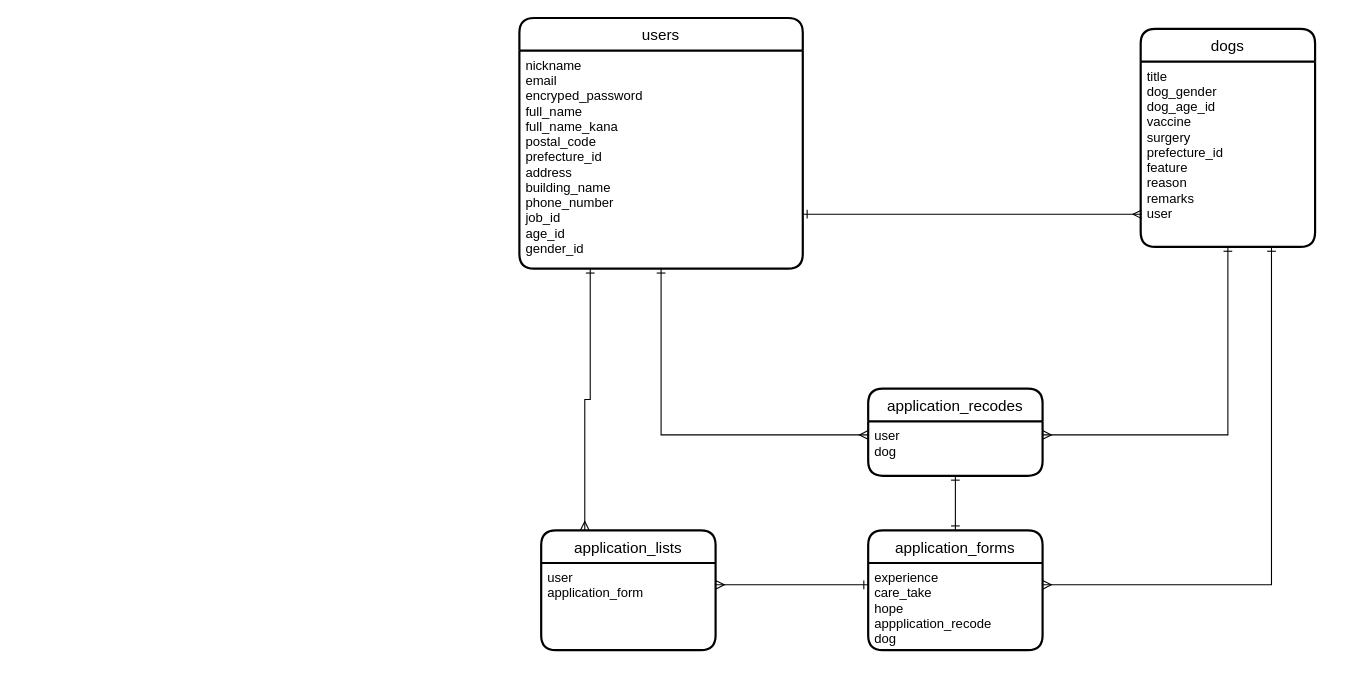
be-chan/dogs-home keeps this draw.io diagram as dog_home.dio. Above is the earlier version. Source tidied: cells renumbered, new cells numbered last; positions are measured from the earlier drawing's top-left corner, leaving out a move shared by most shapes. Both pictures are drawn from the tidied source at 109%, with x=0, y=0 at pixel (519, 17).
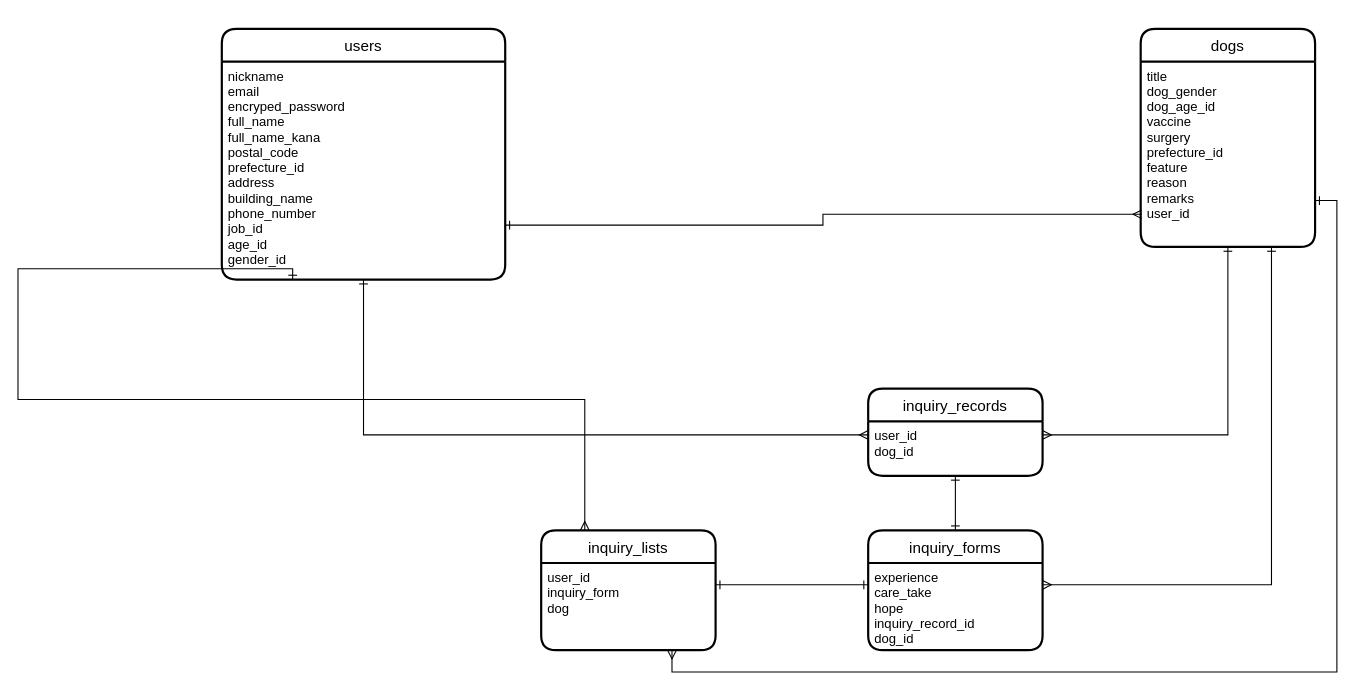
Above is the later version.

The change refers to these unchanged cells:
```xml
<mxCell id="3" value="nickname&#10;email&#10;encryped_password&#10;full_name&#10;full_name_kana&#10;postal_code&#10;prefecture_id&#10;address&#10;building_name&#10;phone_number&#10;job_id&#10;age_id&#10;gender_id&#10;" style="align=left;strokeColor=none;fillColor=none;spacingLeft=4;fontSize=12;verticalAlign=top;" parent="2" vertex="1">
  <mxGeometry y="30" width="260" height="200" as="geometry" />
</mxCell>
<mxCell id="4" value="dogs" style="swimlane;horizontal=1;startSize=30;rounded=1;fontSize=14;fontStyle=0;strokeWidth=2;shadow=0;dashed=0;align=center;" parent="1" vertex="1">
  <mxGeometry x="570" y="10" width="160" height="200" as="geometry" />
</mxCell>
```

Diff of the diagram source:
```diff
@@
     <mxCell id="2" value="users" style="swimlane;horizontal=1;startSize=30;rounded=1;fontSize=14;fontStyle=0;strokeWidth=2;shadow=0;dashed=0;align=center;" parent="1" vertex="1">
-      <mxGeometry width="260" height="230" as="geometry" />
+      <mxGeometry x="-273" y="10" width="260" height="230" as="geometry" />
     </mxCell>
@@
-    <mxCell id="5" value="title&#10;dog_gender&#10;dog_age_id&#10;vaccine&#10;surgery&#10;prefecture_id&#10;feature&#10;reason&#10;remarks&#10;user" style="align=left;strokeColor=none;fillColor=none;spacingLeft=4;fontSize=12;verticalAlign=top;" parent="4" vertex="1">
+    <mxCell id="5" value="title&#10;dog_gender&#10;dog_age_id&#10;vaccine&#10;surgery&#10;prefecture_id&#10;feature&#10;reason&#10;remarks&#10;user_id" style="align=left;strokeColor=none;fillColor=none;spacingLeft=4;fontSize=12;verticalAlign=top;" parent="4" vertex="1">
       <mxGeometry y="30" width="160" height="170" as="geometry" />
     </mxCell>
-    <mxCell id="6" value="application_forms" style="swimlane;horizontal=1;startSize=30;rounded=1;fontSize=14;fontStyle=0;strokeWidth=2;shadow=0;dashed=0;align=center;" parent="1" vertex="1">
+    <mxCell id="6" value="inquiry_forms" style="swimlane;horizontal=1;startSize=30;rounded=1;fontSize=14;fontStyle=0;strokeWidth=2;shadow=0;dashed=0;align=center;" parent="1" vertex="1">
       <mxGeometry x="320" y="470" width="160" height="110" as="geometry" />
     </mxCell>
-    <mxCell id="7" value="experience&#10;care_take&#10;hope&#10;appplication_recode&#10;dog&#10;&#10;" style="align=left;strokeColor=none;fillColor=none;spacingLeft=4;fontSize=12;verticalAlign=top;" parent="6" vertex="1">
+    <mxCell id="7" value="experience&#10;care_take&#10;hope&#10;inquiry_record_id&#10;dog_id&#10;" style="align=left;strokeColor=none;fillColor=none;spacingLeft=4;fontSize=12;verticalAlign=top;" parent="6" vertex="1">
       <mxGeometry y="30" width="160" height="80" as="geometry" />
     </mxCell>
-    <mxCell id="8" value="application_recodes" style="swimlane;horizontal=1;startSize=30;rounded=1;fontSize=14;fontStyle=0;strokeWidth=2;shadow=0;dashed=0;align=center;" parent="1" vertex="1">
+    <mxCell id="8" value="inquiry_records" style="swimlane;horizontal=1;startSize=30;rounded=1;fontSize=14;fontStyle=0;strokeWidth=2;shadow=0;dashed=0;align=center;" parent="1" vertex="1">
       <mxGeometry x="320" y="340" width="160" height="80" as="geometry" />
     </mxCell>
-    <mxCell id="9" value="user&#10;dog" style="align=left;strokeColor=none;fillColor=none;spacingLeft=4;fontSize=12;verticalAlign=top;" parent="8" vertex="1">
+    <mxCell id="9" value="user_id&#10;dog_id" style="align=left;strokeColor=none;fillColor=none;spacingLeft=4;fontSize=12;verticalAlign=top;" parent="8" vertex="1">
       <mxGeometry y="30" width="160" height="50" as="geometry" />
     </mxCell>
@@
-    <mxCell id="14" style="edgeStyle=orthogonalEdgeStyle;rounded=0;jettySize=auto;html=1;exitX=0.75;exitY=1;exitDx=0;exitDy=0;entryX=1;entryY=0.25;entryDx=0;entryDy=0;endArrow=ERmany;endFill=0;startArrow=ERone;startFill=0;" parent="1" edge="1" source="5" target="7">
-      <mxGeometry relative="1" as="geometry" />
-    </mxCell>
-    <mxCell id="15" value="application_lists" style="swimlane;horizontal=1;startSize=30;rounded=1;fontSize=14;fontStyle=0;strokeWidth=2;shadow=0;dashed=0;align=center;" parent="1" vertex="1">
+    <mxCell id="15" value="inquiry_lists" style="swimlane;horizontal=1;startSize=30;rounded=1;fontSize=14;fontStyle=0;strokeWidth=2;shadow=0;dashed=0;align=center;" parent="1" vertex="1">
       <mxGeometry x="20" y="470" width="160" height="110" as="geometry" />
     </mxCell>
-    <mxCell id="16" value="user&#10;application_form" style="align=left;strokeColor=none;fillColor=none;spacingLeft=4;fontSize=12;verticalAlign=top;" parent="15" vertex="1">
+    <mxCell id="16" value="user_id&#10;inquiry_form&#10;dog" style="align=left;strokeColor=none;fillColor=none;spacingLeft=4;fontSize=12;verticalAlign=top;" parent="15" vertex="1">
       <mxGeometry y="30" width="160" height="80" as="geometry" />
     </mxCell>
-    <mxCell id="17" style="edgeStyle=orthogonalEdgeStyle;rounded=0;jettySize=auto;html=1;exitX=0;exitY=0.25;exitDx=0;exitDy=0;entryX=1;entryY=0.25;entryDx=0;entryDy=0;endArrow=ERmany;endFill=0;startArrow=ERone;startFill=0;" parent="1" edge="1" source="7" target="16">
+    <mxCell id="17" style="edgeStyle=orthogonalEdgeStyle;rounded=0;jettySize=auto;html=1;exitX=0;exitY=0.25;exitDx=0;exitDy=0;entryX=1;entryY=0.25;entryDx=0;entryDy=0;endArrow=ERone;endFill=0;startArrow=ERone;startFill=0;" parent="1" edge="1" source="7" target="16">
       <mxGeometry relative="1" as="geometry" />
     </mxCell>
     <mxCell id="18" style="edgeStyle=orthogonalEdgeStyle;rounded=0;jettySize=auto;html=1;exitX=0.25;exitY=1;exitDx=0;exitDy=0;entryX=0.25;entryY=0;entryDx=0;entryDy=0;endArrow=ERmany;endFill=0;startArrow=ERone;startFill=0;" parent="1" edge="1" source="3" target="15">
-      <mxGeometry relative="1" as="geometry" />
+      <mxGeometry relative="1" as="geometry">
+        <Array as="points">
+          <mxPoint x="-460" y="230" />
+          <mxPoint x="-460" y="350" />
+          <mxPoint x="60" y="350" />
+        </Array>
+      </mxGeometry>
     </mxCell>
+    <mxCell id="14" style="edgeStyle=orthogonalEdgeStyle;rounded=0;jettySize=auto;html=1;exitX=0.75;exitY=1;exitDx=0;exitDy=0;entryX=1;entryY=0.25;entryDx=0;entryDy=0;endArrow=ERmany;endFill=0;startArrow=ERone;startFill=0;" parent="1" edge="1" source="5" target="7">
+      <mxGeometry relative="1" as="geometry" />
+    </mxCell>
+    <mxCell id="19" style="edgeStyle=orthogonalEdgeStyle;rounded=0;jettySize=auto;html=1;exitX=1;exitY=0.75;exitDx=0;exitDy=0;entryX=0.75;entryY=1;entryDx=0;entryDy=0;startArrow=ERone;startFill=0;endArrow=ERmany;endFill=0;" parent="1" edge="1" source="5" target="16">
+      <mxGeometry relative="1" as="geometry" />
+    </mxCell>
```
